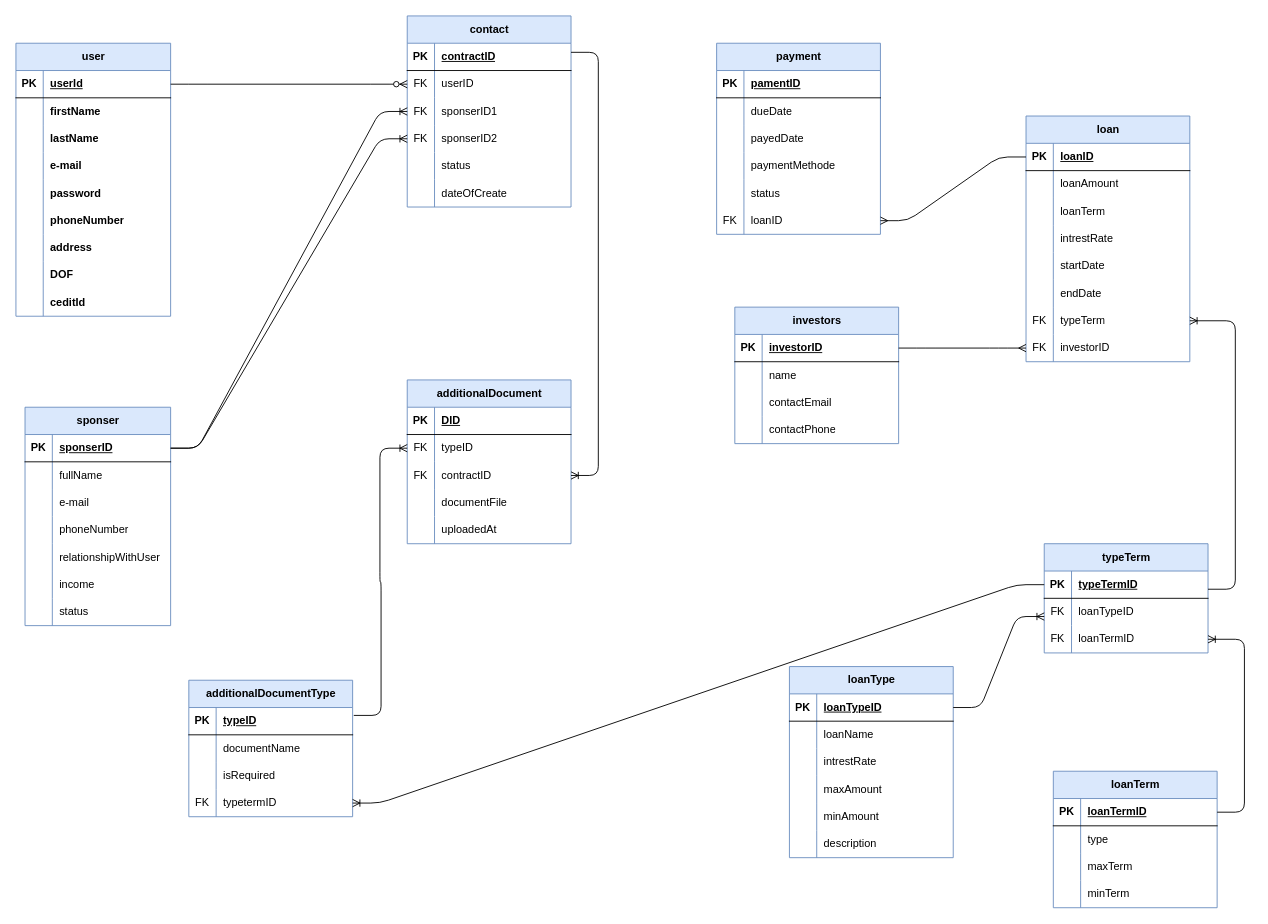
Earlier version of the draw.io diagram erd.drawio (hevahasan22/smart-fund). Source tidied: cells renumbered, new cells numbered last; positions are measured from the earlier drawing's top-left corner, leaving out a move shared by most shapes. Both pictures are drawn from the tidied source at 91%, with x=0, y=0 at pixel (15, 15).
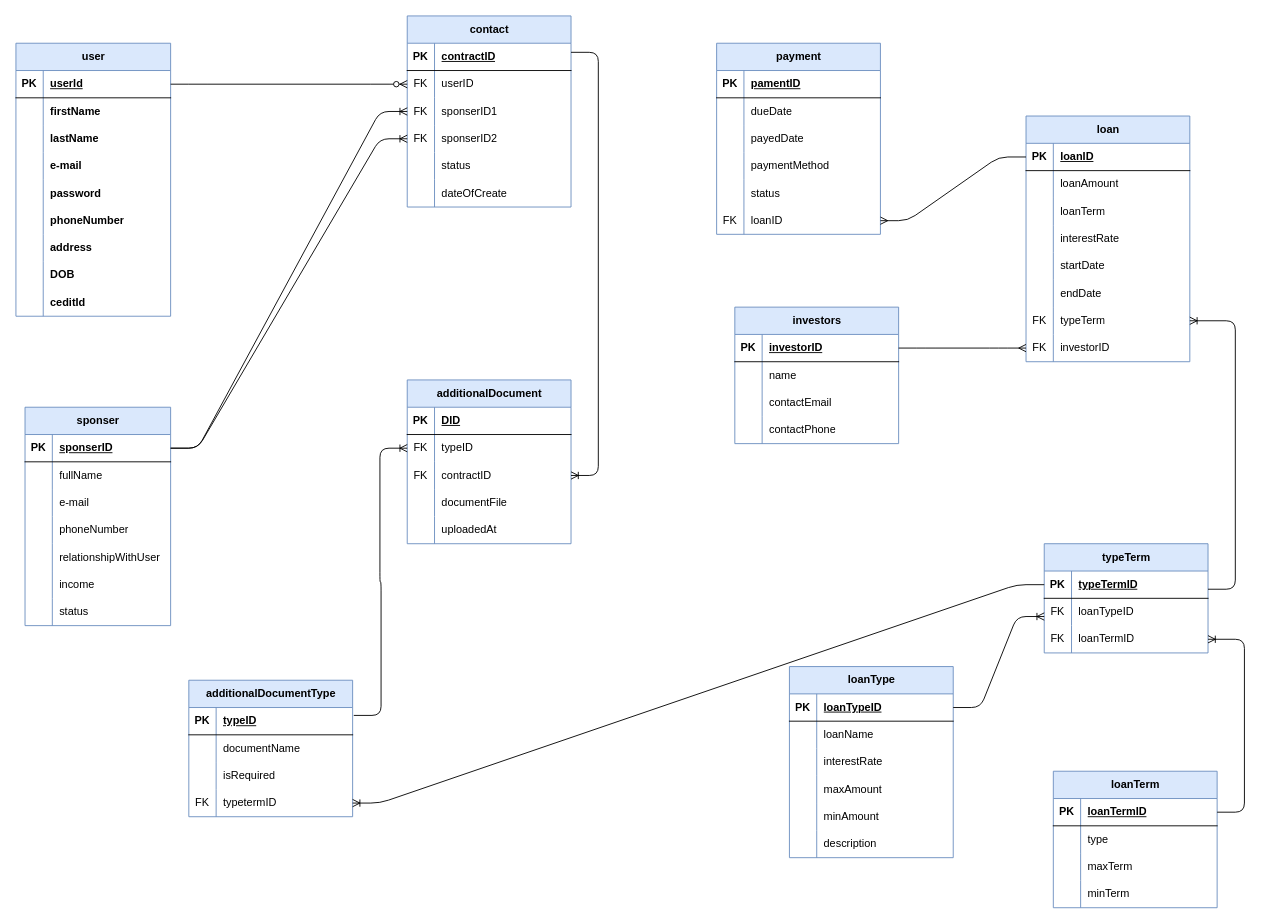
The same page after the edit.

The change refers to these unchanged cells:
```xml
<mxCell id="24" style="shape=tableRow;horizontal=0;startSize=0;swimlaneHead=0;swimlaneBody=0;fillColor=none;top=0;left=0;right=0;bottom=0;" parent="2" vertex="1">
  <mxGeometry y="240" width="170" height="30" as="geometry" />
</mxCell>
<mxCell id="75" style="shape=tableRow;horizontal=0;startSize=0;swimlaneHead=0;swimlaneBody=0;fillColor=none;top=0;left=0;right=0;bottom=0;" parent="65" vertex="1">
  <mxGeometry y="120" width="180" height="30" as="geometry" />
</mxCell>
<mxCell id="94" style="shape=tableRow;horizontal=0;startSize=0;swimlaneHead=0;swimlaneBody=0;fillColor=none;top=0;left=0;right=0;bottom=0;" parent="84" vertex="1">
  <mxGeometry y="120" width="180" height="30" as="geometry" />
</mxCell>
<mxCell id="116" style="shape=tableRow;horizontal=0;startSize=0;swimlaneHead=0;swimlaneBody=0;fillColor=none;top=0;left=0;right=0;bottom=0;" parent="109" vertex="1">
  <mxGeometry y="90" width="180" height="30" as="geometry" />
</mxCell>
```

The edit, as a diff of the source:
```diff
@@
-    <mxCell id="26" value="&lt;b&gt;DOF&lt;/b&gt;" style="shape=partialRectangle;fillColor=none;top=0;left=0;bottom=0;right=0;align=left;spacingLeft=6;overflow=hidden;whiteSpace=wrap;html=1;" parent="24" vertex="1">
+    <mxCell id="26" value="&lt;b&gt;DOB&lt;/b&gt;" style="shape=partialRectangle;fillColor=none;top=0;left=0;bottom=0;right=0;align=left;spacingLeft=6;overflow=hidden;whiteSpace=wrap;html=1;" parent="24" vertex="1">
       <mxGeometry x="30" width="140" height="30" as="geometry" />
     </mxCell>
@@
-    <mxCell id="77" value="paymentMethode" style="shape=partialRectangle;fillColor=none;top=0;left=0;bottom=0;right=0;align=left;spacingLeft=6;overflow=hidden;whiteSpace=wrap;html=1;" parent="75" vertex="1">
+    <mxCell id="77" value="paymentMethod" style="shape=partialRectangle;fillColor=none;top=0;left=0;bottom=0;right=0;align=left;spacingLeft=6;overflow=hidden;whiteSpace=wrap;html=1;" parent="75" vertex="1">
       <mxGeometry x="30" width="150" height="30" as="geometry" />
     </mxCell>
@@
-    <mxCell id="96" value="intrestRate" style="shape=partialRectangle;fillColor=none;top=0;left=0;bottom=0;right=0;align=left;spacingLeft=6;overflow=hidden;whiteSpace=wrap;html=1;" parent="94" vertex="1">
+    <mxCell id="96" value="interestRate" style="shape=partialRectangle;fillColor=none;top=0;left=0;bottom=0;right=0;align=left;spacingLeft=6;overflow=hidden;whiteSpace=wrap;html=1;" parent="94" vertex="1">
       <mxGeometry x="30" width="150" height="30" as="geometry" />
     </mxCell>
@@
-    <mxCell id="118" value="intrestRate" style="shape=partialRectangle;fillColor=none;top=0;left=0;bottom=0;right=0;align=left;spacingLeft=6;overflow=hidden;whiteSpace=wrap;html=1;" parent="116" vertex="1">
+    <mxCell id="118" value="interestRate" style="shape=partialRectangle;fillColor=none;top=0;left=0;bottom=0;right=0;align=left;spacingLeft=6;overflow=hidden;whiteSpace=wrap;html=1;" parent="116" vertex="1">
       <mxGeometry x="30" width="150" height="30" as="geometry" />
     </mxCell>
```
